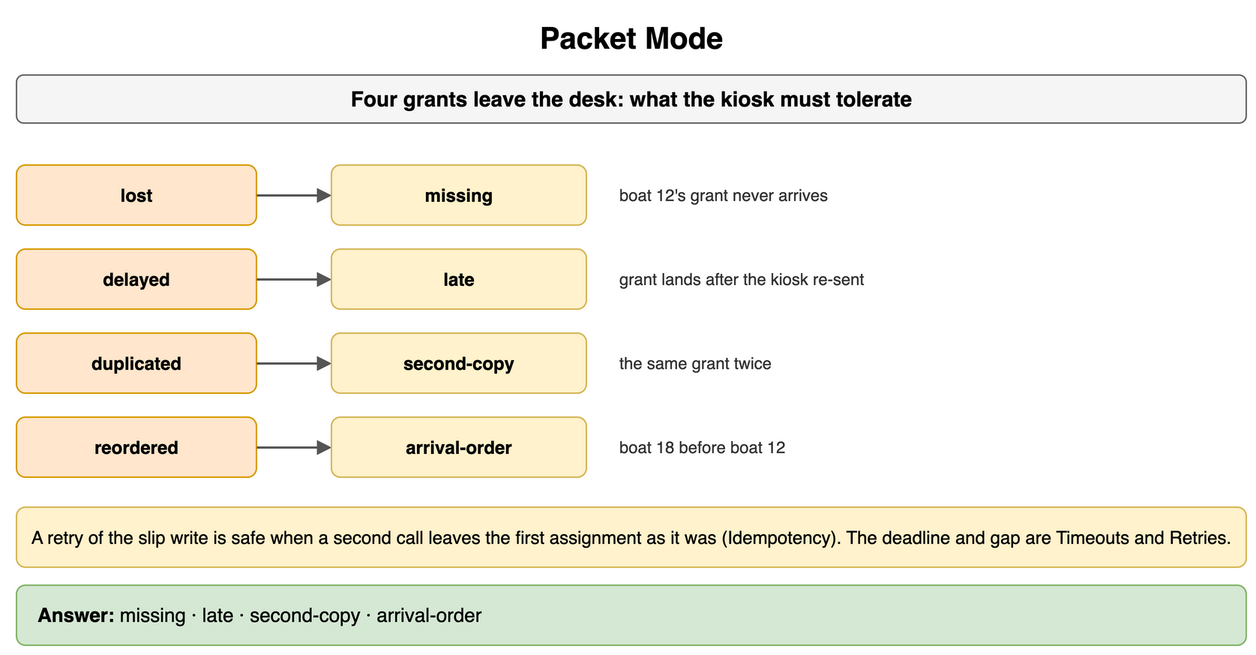
This is content/09_System_Design_Interview/15_Distributed_System_Failure_Modes/diagrams/failure-modes-drills-2-packet-mode.png from amendez13/swe-study-guide, a draw.io export, as it was before one commit. Source tidied: cells renumbered, new cells last; positions are measured from the earlier drawing's top-left corner, leaving out a move shared by most shapes.
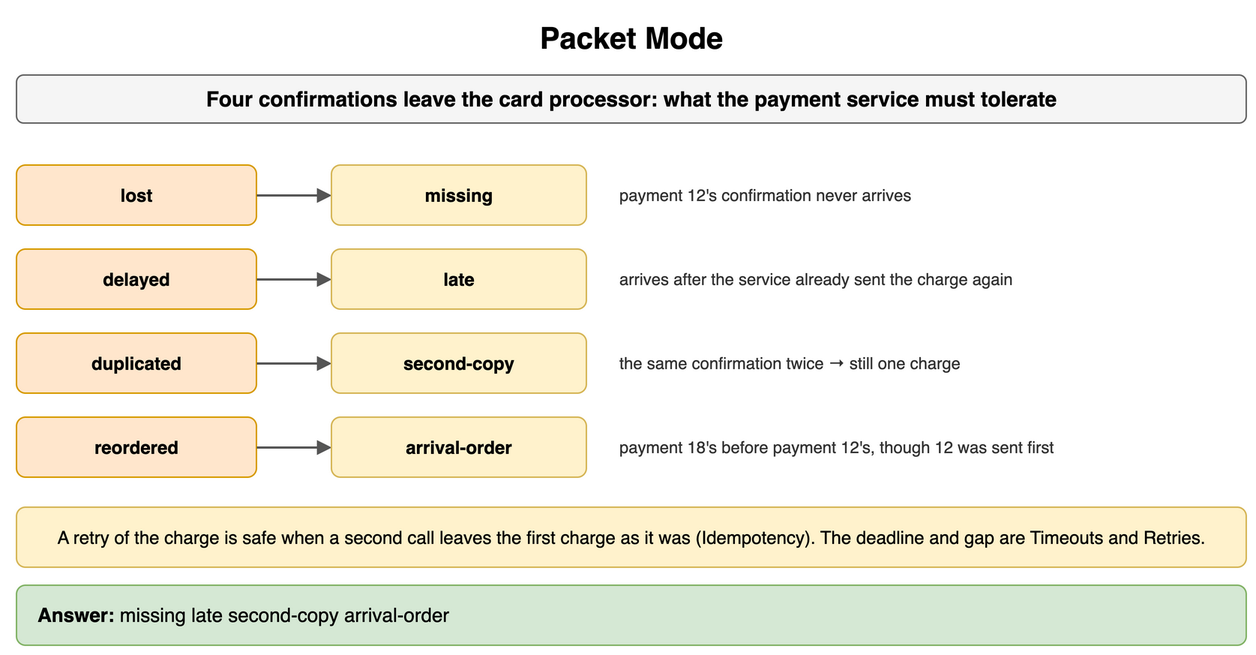
After the change.

The edit, as a diff of the source:
```diff
@@ -5,7 +5,7 @@
     <mxCell id="2" value="Packet Mode" style="text;html=1;align=center;verticalAlign=middle;whiteSpace=wrap;fontSize=20;fontStyle=1;" parent="1" vertex="1">
       <mxGeometry width="820" height="30" as="geometry" />
     </mxCell>
-    <mxCell id="3" value="Four grants leave the desk: what the kiosk must tolerate" style="rounded=1;whiteSpace=wrap;html=1;fillColor=#f5f5f5;strokeColor=#666666;fontStyle=1;fontSize=14;" parent="1" vertex="1">
+    <mxCell id="3" value="Four confirmations leave the card processor: what the payment service must tolerate" style="rounded=1;whiteSpace=wrap;html=1;fillColor=#f5f5f5;strokeColor=#666666;fontStyle=1;fontSize=14;" parent="1" vertex="1">
       <mxGeometry y="40" width="820" height="32" as="geometry" />
     </mxCell>
     <mxCell id="4" value="lost" style="rounded=1;whiteSpace=wrap;html=1;fillColor=#ffe6cc;strokeColor=#d79b00;fontSize=12;align=center;fontStyle=1;" parent="1" vertex="1">
@@ -20,7 +20,7 @@
     <mxCell id="6" value="missing" style="rounded=1;whiteSpace=wrap;html=1;fillColor=#fff2cc;strokeColor=#d6b656;fontSize=12;align=center;fontStyle=1;" parent="1" vertex="1">
       <mxGeometry x="210" y="100" width="170" height="40" as="geometry" />
     </mxCell>
-    <mxCell id="7" value="boat 12's grant never arrives" style="text;html=1;whiteSpace=wrap;fontSize=11;align=left;verticalAlign=middle;fontSize=11;fontColor=#333333;" parent="1" vertex="1">
+    <mxCell id="7" value="payment 12's confirmation never arrives" style="text;html=1;whiteSpace=wrap;fontSize=11;align=left;verticalAlign=middle;fontSize=11;fontColor=#333333;" parent="1" vertex="1">
       <mxGeometry x="400" y="100" width="420" height="40" as="geometry" />
     </mxCell>
     <mxCell id="8" value="delayed" style="rounded=1;whiteSpace=wrap;html=1;fillColor=#ffe6cc;strokeColor=#d79b00;fontSize=12;align=center;fontStyle=1;" parent="1" vertex="1">
@@ -35,7 +35,7 @@
     <mxCell id="10" value="late" style="rounded=1;whiteSpace=wrap;html=1;fillColor=#fff2cc;strokeColor=#d6b656;fontSize=12;align=center;fontStyle=1;" parent="1" vertex="1">
       <mxGeometry x="210" y="156" width="170" height="40" as="geometry" />
     </mxCell>
-    <mxCell id="11" value="grant lands after the kiosk re-sent" style="text;html=1;whiteSpace=wrap;fontSize=11;align=left;verticalAlign=middle;fontSize=11;fontColor=#333333;" parent="1" vertex="1">
+    <mxCell id="11" value="arrives after the service already sent the charge again" style="text;html=1;whiteSpace=wrap;fontSize=11;align=left;verticalAlign=middle;fontSize=11;fontColor=#333333;" parent="1" vertex="1">
       <mxGeometry x="400" y="156" width="420" height="40" as="geometry" />
     </mxCell>
     <mxCell id="12" value="duplicated" style="rounded=1;whiteSpace=wrap;html=1;fillColor=#ffe6cc;strokeColor=#d79b00;fontSize=12;align=center;fontStyle=1;" parent="1" vertex="1">
@@ -50,7 +50,7 @@
     <mxCell id="14" value="second-copy" style="rounded=1;whiteSpace=wrap;html=1;fillColor=#fff2cc;strokeColor=#d6b656;fontSize=12;align=center;fontStyle=1;" parent="1" vertex="1">
       <mxGeometry x="210" y="212" width="170" height="40" as="geometry" />
     </mxCell>
-    <mxCell id="15" value="the same grant twice" style="text;html=1;whiteSpace=wrap;fontSize=11;align=left;verticalAlign=middle;fontSize=11;fontColor=#333333;" parent="1" vertex="1">
+    <mxCell id="15" value="the same confirmation twice → still one charge" style="text;html=1;whiteSpace=wrap;fontSize=11;align=left;verticalAlign=middle;fontSize=11;fontColor=#333333;" parent="1" vertex="1">
       <mxGeometry x="400" y="212" width="420" height="40" as="geometry" />
     </mxCell>
     <mxCell id="16" value="reordered" style="rounded=1;whiteSpace=wrap;html=1;fillColor=#ffe6cc;strokeColor=#d79b00;fontSize=12;align=center;fontStyle=1;" parent="1" vertex="1">
@@ -65,13 +65,13 @@
     <mxCell id="18" value="arrival-order" style="rounded=1;whiteSpace=wrap;html=1;fillColor=#fff2cc;strokeColor=#d6b656;fontSize=12;align=center;fontStyle=1;" parent="1" vertex="1">
       <mxGeometry x="210" y="268" width="170" height="40" as="geometry" />
     </mxCell>
-    <mxCell id="19" value="boat 18 before boat 12" style="text;html=1;whiteSpace=wrap;fontSize=11;align=left;verticalAlign=middle;fontSize=11;fontColor=#333333;" parent="1" vertex="1">
+    <mxCell id="19" value="payment 18's before payment 12's, though 12 was sent first" style="text;html=1;whiteSpace=wrap;fontSize=11;align=left;verticalAlign=middle;fontSize=11;fontColor=#333333;" parent="1" vertex="1">
       <mxGeometry x="400" y="268" width="420" height="40" as="geometry" />
     </mxCell>
-    <mxCell id="20" value="A retry of the slip write is safe when a second call leaves the first assignment as it was (Idempotency). The deadline and gap are Timeouts and Retries." style="rounded=1;whiteSpace=wrap;html=1;fillColor=#fff2cc;strokeColor=#d6b656;fontSize=12;align=center;" parent="1" vertex="1">
+    <mxCell id="20" value="A retry of the charge is safe when a second call leaves the first charge as it was (Idempotency). The deadline and gap are Timeouts and Retries." style="rounded=1;whiteSpace=wrap;html=1;fillColor=#fff2cc;strokeColor=#d6b656;fontSize=12;align=center;" parent="1" vertex="1">
       <mxGeometry y="328" width="820" height="40" as="geometry" />
     </mxCell>
-    <mxCell id="21" value="&lt;b&gt;Answer:&lt;/b&gt; missing · late · second-copy · arrival-order" style="rounded=1;whiteSpace=wrap;html=1;fillColor=#d5e8d4;strokeColor=#82b366;fontSize=13;align=left;spacingLeft=12;" parent="1" vertex="1">
+    <mxCell id="21" value="&lt;b&gt;Answer:&lt;/b&gt; missing late second-copy arrival-order" style="rounded=1;whiteSpace=wrap;html=1;fillColor=#d5e8d4;strokeColor=#82b366;fontSize=13;align=left;spacingLeft=12;" parent="1" vertex="1">
       <mxGeometry y="380" width="820" height="40" as="geometry" />
     </mxCell>
   </root>
```
